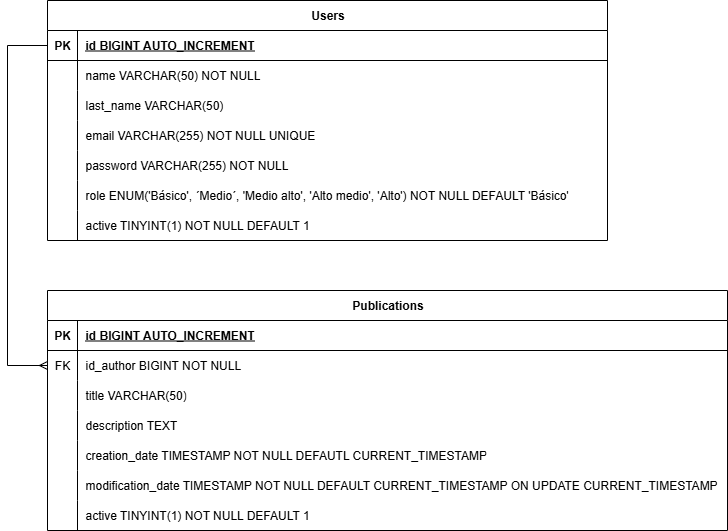
This is Kreativeco_db.png from JuanDavid1217/prueba_tecnica_kreativeco, a draw.io export, as it was before one commit. Source tidied: cells renumbered, new cells last; positions are measured from the earlier drawing's top-left corner, leaving out a move shared by most shapes. The source it was exported from:
```xml
<mxGraphModel>
  <root>
    <mxCell id="0" />
    <mxCell id="1" parent="0" />
    <mxCell id="2" value="Users" style="shape=table;startSize=30;rowLines=0;fontStyle=1;align=center;html=1;" parent="1" vertex="1">
      <mxGeometry x="40" width="560" height="240" as="geometry" />
    </mxCell>
    <mxCell id="3" style="shape=tableRow;horizontal=0;startSize=0;swimlaneHead=0;swimlaneBody=0;fillColor=none;points=[[0,0.5],[1,0.5]];portConstraint=eastwest;top=0;left=0;right=0;bottom=1;" parent="2" vertex="1">
      <mxGeometry y="30" width="560" height="30" as="geometry" />
    </mxCell>
    <mxCell id="4" value="PK" style="shape=partialRectangle;fillColor=none;top=0;left=0;bottom=0;right=0;fontStyle=1;overflow=hidden;whiteSpace=wrap;html=1;" parent="3" vertex="1">
      <mxGeometry width="30" height="30" as="geometry" />
    </mxCell>
    <mxCell id="5" value="id BIGINT AUTO_INCREMENT" style="shape=partialRectangle;fillColor=none;top=0;left=0;bottom=0;right=0;align=left;spacingLeft=6;fontStyle=5;overflow=hidden;whiteSpace=wrap;html=1;" parent="3" vertex="1">
      <mxGeometry x="30" width="530" height="30" as="geometry" />
    </mxCell>
    <mxCell id="6" style="shape=tableRow;horizontal=0;startSize=0;swimlaneHead=0;swimlaneBody=0;fillColor=none;top=0;left=0;right=0;bottom=0;" parent="2" vertex="1">
      <mxGeometry y="60" width="560" height="30" as="geometry" />
    </mxCell>
    <mxCell id="7" style="shape=partialRectangle;fillColor=none;top=0;left=0;bottom=0;right=0;overflow=hidden;whiteSpace=wrap;html=1;" parent="6" vertex="1">
      <mxGeometry width="30" height="30" as="geometry" />
    </mxCell>
    <mxCell id="8" value="name VARCHAR(50) NOT NULL" style="shape=partialRectangle;fillColor=none;top=0;left=0;bottom=0;right=0;align=left;spacingLeft=6;overflow=hidden;whiteSpace=wrap;html=1;" parent="6" vertex="1">
      <mxGeometry x="30" width="530" height="30" as="geometry" />
    </mxCell>
    <mxCell id="9" style="shape=tableRow;horizontal=0;startSize=0;swimlaneHead=0;swimlaneBody=0;fillColor=none;top=0;left=0;right=0;bottom=0;" parent="2" vertex="1">
      <mxGeometry y="90" width="560" height="30" as="geometry" />
    </mxCell>
    <mxCell id="10" style="shape=partialRectangle;fillColor=none;top=0;left=0;bottom=0;right=0;overflow=hidden;whiteSpace=wrap;html=1;" parent="9" vertex="1">
      <mxGeometry width="30" height="30" as="geometry" />
    </mxCell>
    <mxCell id="11" value="last_name VARCHAR(50)" style="shape=partialRectangle;fillColor=none;top=0;left=0;bottom=0;right=0;align=left;spacingLeft=6;overflow=hidden;whiteSpace=wrap;html=1;" parent="9" vertex="1">
      <mxGeometry x="30" width="530" height="30" as="geometry" />
    </mxCell>
    <mxCell id="12" style="shape=tableRow;horizontal=0;startSize=0;swimlaneHead=0;swimlaneBody=0;fillColor=none;top=0;left=0;right=0;bottom=0;" parent="2" vertex="1">
      <mxGeometry y="120" width="560" height="30" as="geometry" />
    </mxCell>
    <mxCell id="13" style="shape=partialRectangle;fillColor=none;top=0;left=0;bottom=0;right=0;overflow=hidden;whiteSpace=wrap;html=1;" parent="12" vertex="1">
      <mxGeometry width="30" height="30" as="geometry" />
    </mxCell>
    <mxCell id="14" value="email VARCHAR(255) NOT NULL UNIQUE" style="shape=partialRectangle;fillColor=none;top=0;left=0;bottom=0;right=0;align=left;spacingLeft=6;overflow=hidden;whiteSpace=wrap;html=1;" parent="12" vertex="1">
      <mxGeometry x="30" width="530" height="30" as="geometry" />
    </mxCell>
    <mxCell id="15" style="shape=tableRow;horizontal=0;startSize=0;swimlaneHead=0;swimlaneBody=0;fillColor=none;top=0;left=0;right=0;bottom=0;" parent="2" vertex="1">
      <mxGeometry y="150" width="560" height="30" as="geometry" />
    </mxCell>
    <mxCell id="16" style="shape=partialRectangle;fillColor=none;top=0;left=0;bottom=0;right=0;overflow=hidden;whiteSpace=wrap;html=1;" parent="15" vertex="1">
      <mxGeometry width="30" height="30" as="geometry" />
    </mxCell>
    <mxCell id="17" value="password VARCHAR(255) NOT NULL" style="shape=partialRectangle;fillColor=none;top=0;left=0;bottom=0;right=0;align=left;spacingLeft=6;overflow=hidden;whiteSpace=wrap;html=1;" parent="15" vertex="1">
      <mxGeometry x="30" width="530" height="30" as="geometry" />
    </mxCell>
    <mxCell id="18" style="shape=tableRow;horizontal=0;startSize=0;swimlaneHead=0;swimlaneBody=0;fillColor=none;top=0;left=0;right=0;bottom=0;" parent="2" vertex="1">
      <mxGeometry y="180" width="560" height="30" as="geometry" />
    </mxCell>
    <mxCell id="19" style="shape=partialRectangle;fillColor=none;top=0;left=0;bottom=0;right=0;overflow=hidden;whiteSpace=wrap;html=1;" parent="18" vertex="1">
      <mxGeometry width="30" height="30" as="geometry" />
    </mxCell>
    <mxCell id="20" value="role ENUM('Básico', ´Medio´, 'Medio alto', 'Alto medio', 'Alto') NOT NULL DEFAULT 'Básico'" style="shape=partialRectangle;fillColor=none;top=0;left=0;bottom=0;right=0;align=left;spacingLeft=6;overflow=hidden;whiteSpace=wrap;html=1;" parent="18" vertex="1">
      <mxGeometry x="30" width="530" height="30" as="geometry" />
    </mxCell>
    <mxCell id="21" style="shape=tableRow;horizontal=0;startSize=0;swimlaneHead=0;swimlaneBody=0;fillColor=none;top=0;left=0;right=0;bottom=0;" parent="2" vertex="1">
      <mxGeometry y="210" width="560" height="30" as="geometry" />
    </mxCell>
    <mxCell id="22" style="shape=partialRectangle;fillColor=none;top=0;left=0;bottom=0;right=0;overflow=hidden;whiteSpace=wrap;html=1;" parent="21" vertex="1">
      <mxGeometry width="30" height="30" as="geometry" />
    </mxCell>
    <mxCell id="23" value="active TINYINT(1) NOT NULL DEFAULT 1" style="shape=partialRectangle;fillColor=none;top=0;left=0;bottom=0;right=0;align=left;spacingLeft=6;overflow=hidden;whiteSpace=wrap;html=1;" parent="21" vertex="1">
      <mxGeometry x="30" width="530" height="30" as="geometry" />
    </mxCell>
    <mxCell id="24" value="Publications" style="shape=table;startSize=30;rowLines=0;fontStyle=1;align=center;html=1;" parent="1" vertex="1">
      <mxGeometry x="40" y="290" width="680" height="240" as="geometry" />
    </mxCell>
    <mxCell id="25" style="shape=tableRow;horizontal=0;startSize=0;swimlaneHead=0;swimlaneBody=0;fillColor=none;top=0;left=0;right=0;bottom=1;" parent="24" vertex="1">
      <mxGeometry y="30" width="680" height="30" as="geometry" />
    </mxCell>
    <mxCell id="26" value="PK" style="shape=partialRectangle;fillColor=none;top=0;left=0;bottom=0;right=0;fontStyle=1;overflow=hidden;whiteSpace=wrap;html=1;" parent="25" vertex="1">
      <mxGeometry width="30" height="30" as="geometry" />
    </mxCell>
    <mxCell id="27" value="id BIGINT AUTO_INCREMENT" style="shape=partialRectangle;fillColor=none;top=0;left=0;bottom=0;right=0;align=left;spacingLeft=6;fontStyle=5;overflow=hidden;whiteSpace=wrap;html=1;" parent="25" vertex="1">
      <mxGeometry x="30" width="650" height="30" as="geometry" />
    </mxCell>
    <mxCell id="28" style="shape=tableRow;horizontal=0;startSize=0;swimlaneHead=0;swimlaneBody=0;fillColor=none;points=[[0,0.5],[1,0.5]];portConstraint=eastwest;top=0;left=0;right=0;bottom=0;" parent="24" vertex="1">
      <mxGeometry y="60" width="680" height="30" as="geometry" />
    </mxCell>
    <mxCell id="29" value="FK" style="shape=partialRectangle;fillColor=none;top=0;left=0;bottom=0;right=0;overflow=hidden;whiteSpace=wrap;html=1;" parent="28" vertex="1">
      <mxGeometry width="30" height="30" as="geometry" />
    </mxCell>
    <mxCell id="30" value="id_author BIGINT NOT NULL" style="shape=partialRectangle;fillColor=none;top=0;left=0;bottom=0;right=0;align=left;spacingLeft=6;overflow=hidden;whiteSpace=wrap;html=1;" parent="28" vertex="1">
      <mxGeometry x="30" width="650" height="30" as="geometry" />
    </mxCell>
    <mxCell id="31" style="shape=tableRow;horizontal=0;startSize=0;swimlaneHead=0;swimlaneBody=0;fillColor=none;top=0;left=0;right=0;bottom=0;" parent="24" vertex="1">
      <mxGeometry y="90" width="680" height="30" as="geometry" />
    </mxCell>
    <mxCell id="32" style="shape=partialRectangle;fillColor=none;top=0;left=0;bottom=0;right=0;overflow=hidden;whiteSpace=wrap;html=1;" parent="31" vertex="1">
      <mxGeometry width="30" height="30" as="geometry" />
    </mxCell>
    <mxCell id="33" value="title VARCHAR(50)" style="shape=partialRectangle;fillColor=none;top=0;left=0;bottom=0;right=0;align=left;spacingLeft=6;overflow=hidden;whiteSpace=wrap;html=1;" parent="31" vertex="1">
      <mxGeometry x="30" width="650" height="30" as="geometry" />
    </mxCell>
    <mxCell id="34" style="shape=tableRow;horizontal=0;startSize=0;swimlaneHead=0;swimlaneBody=0;fillColor=none;top=0;left=0;right=0;bottom=0;" parent="24" vertex="1">
      <mxGeometry y="120" width="680" height="30" as="geometry" />
    </mxCell>
    <mxCell id="35" style="shape=partialRectangle;fillColor=none;top=0;left=0;bottom=0;right=0;overflow=hidden;whiteSpace=wrap;html=1;" parent="34" vertex="1">
      <mxGeometry width="30" height="30" as="geometry" />
    </mxCell>
    <mxCell id="36" value="description TEXT" style="shape=partialRectangle;fillColor=none;top=0;left=0;bottom=0;right=0;align=left;spacingLeft=6;overflow=hidden;whiteSpace=wrap;html=1;" parent="34" vertex="1">
      <mxGeometry x="30" width="650" height="30" as="geometry" />
    </mxCell>
    <mxCell id="37" style="shape=tableRow;horizontal=0;startSize=0;swimlaneHead=0;swimlaneBody=0;fillColor=none;top=0;left=0;right=0;bottom=0;" parent="24" vertex="1">
      <mxGeometry y="150" width="680" height="30" as="geometry" />
    </mxCell>
    <mxCell id="38" style="shape=partialRectangle;fillColor=none;top=0;left=0;bottom=0;right=0;overflow=hidden;whiteSpace=wrap;html=1;" parent="37" vertex="1">
      <mxGeometry width="30" height="30" as="geometry" />
    </mxCell>
    <mxCell id="39" value="creation_date TIMESTAMP NOT NULL DEFAUTL CURRENT_TIMESTAMP" style="shape=partialRectangle;fillColor=none;top=0;left=0;bottom=0;right=0;align=left;spacingLeft=6;overflow=hidden;whiteSpace=wrap;html=1;" parent="37" vertex="1">
      <mxGeometry x="30" width="650" height="30" as="geometry" />
    </mxCell>
    <mxCell id="40" style="shape=tableRow;horizontal=0;startSize=0;swimlaneHead=0;swimlaneBody=0;fillColor=none;top=0;left=0;right=0;bottom=0;" parent="24" vertex="1">
      <mxGeometry y="180" width="680" height="30" as="geometry" />
    </mxCell>
    <mxCell id="41" style="shape=partialRectangle;fillColor=none;top=0;left=0;bottom=0;right=0;overflow=hidden;whiteSpace=wrap;html=1;" parent="40" vertex="1">
      <mxGeometry width="30" height="30" as="geometry" />
    </mxCell>
    <mxCell id="42" value="modification_date TIMESTAMP NOT NULL DEFAULT CURRENT_TIMESTAMP ON UPDATE CURRENT_TIMESTAMP" style="shape=partialRectangle;fillColor=none;top=0;left=0;bottom=0;right=0;align=left;spacingLeft=6;overflow=hidden;whiteSpace=wrap;html=1;" parent="40" vertex="1">
      <mxGeometry x="30" width="650" height="30" as="geometry" />
    </mxCell>
    <mxCell id="43" style="shape=tableRow;horizontal=0;startSize=0;swimlaneHead=0;swimlaneBody=0;fillColor=none;top=0;left=0;right=0;bottom=0;" parent="24" vertex="1">
      <mxGeometry y="210" width="680" height="30" as="geometry" />
    </mxCell>
    <mxCell id="44" style="shape=partialRectangle;fillColor=none;top=0;left=0;bottom=0;right=0;overflow=hidden;whiteSpace=wrap;html=1;" parent="43" vertex="1">
      <mxGeometry width="30" height="30" as="geometry" />
    </mxCell>
    <mxCell id="45" value="active&amp;nbsp;TINYINT(1) NOT NULL DEFAULT 1" style="shape=partialRectangle;fillColor=none;top=0;left=0;bottom=0;right=0;align=left;spacingLeft=6;overflow=hidden;whiteSpace=wrap;html=1;" parent="43" vertex="1">
      <mxGeometry x="30" width="650" height="30" as="geometry" />
    </mxCell>
    <mxCell id="46" style="edgeStyle=orthogonalEdgeStyle;fontSize=12;html=1;endArrow=ERmany;rounded=0;exitX=0;exitY=0.5;exitDx=0;exitDy=0;entryX=0;entryY=0.5;entryDx=0;entryDy=0;" parent="1" edge="1" source="3" target="28">
      <mxGeometry relative="1" as="geometry">
        <Array as="points">
          <mxPoint y="45" />
          <mxPoint y="365" />
        </Array>
      </mxGeometry>
    </mxCell>
  </root>
</mxGraphModel>
```
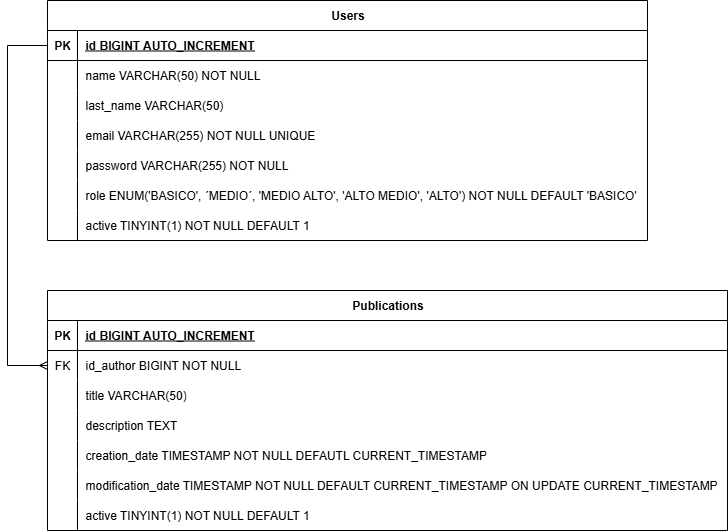
After the commit.

Commit message:
role inconsistency fixed

The edit, as a diff of the source:
```diff
@@ -3,70 +3,70 @@
     <mxCell id="0" />
     <mxCell id="1" parent="0" />
     <mxCell id="2" value="Users" style="shape=table;startSize=30;rowLines=0;fontStyle=1;align=center;html=1;" parent="1" vertex="1">
-      <mxGeometry x="40" width="560" height="240" as="geometry" />
+      <mxGeometry x="40" width="600" height="240" as="geometry" />
     </mxCell>
     <mxCell id="3" style="shape=tableRow;horizontal=0;startSize=0;swimlaneHead=0;swimlaneBody=0;fillColor=none;points=[[0,0.5],[1,0.5]];portConstraint=eastwest;top=0;left=0;right=0;bottom=1;" parent="2" vertex="1">
-      <mxGeometry y="30" width="560" height="30" as="geometry" />
+      <mxGeometry y="30" width="600" height="30" as="geometry" />
     </mxCell>
     <mxCell id="4" value="PK" style="shape=partialRectangle;fillColor=none;top=0;left=0;bottom=0;right=0;fontStyle=1;overflow=hidden;whiteSpace=wrap;html=1;" parent="3" vertex="1">
       <mxGeometry width="30" height="30" as="geometry" />
     </mxCell>
     <mxCell id="5" value="id BIGINT AUTO_INCREMENT" style="shape=partialRectangle;fillColor=none;top=0;left=0;bottom=0;right=0;align=left;spacingLeft=6;fontStyle=5;overflow=hidden;whiteSpace=wrap;html=1;" parent="3" vertex="1">
-      <mxGeometry x="30" width="530" height="30" as="geometry" />
+      <mxGeometry x="30" width="570" height="30" as="geometry" />
     </mxCell>
     <mxCell id="6" style="shape=tableRow;horizontal=0;startSize=0;swimlaneHead=0;swimlaneBody=0;fillColor=none;top=0;left=0;right=0;bottom=0;" parent="2" vertex="1">
-      <mxGeometry y="60" width="560" height="30" as="geometry" />
+      <mxGeometry y="60" width="600" height="30" as="geometry" />
     </mxCell>
     <mxCell id="7" style="shape=partialRectangle;fillColor=none;top=0;left=0;bottom=0;right=0;overflow=hidden;whiteSpace=wrap;html=1;" parent="6" vertex="1">
       <mxGeometry width="30" height="30" as="geometry" />
     </mxCell>
     <mxCell id="8" value="name VARCHAR(50) NOT NULL" style="shape=partialRectangle;fillColor=none;top=0;left=0;bottom=0;right=0;align=left;spacingLeft=6;overflow=hidden;whiteSpace=wrap;html=1;" parent="6" vertex="1">
-      <mxGeometry x="30" width="530" height="30" as="geometry" />
+      <mxGeometry x="30" width="570" height="30" as="geometry" />
     </mxCell>
     <mxCell id="9" style="shape=tableRow;horizontal=0;startSize=0;swimlaneHead=0;swimlaneBody=0;fillColor=none;top=0;left=0;right=0;bottom=0;" parent="2" vertex="1">
-      <mxGeometry y="90" width="560" height="30" as="geometry" />
+      <mxGeometry y="90" width="600" height="30" as="geometry" />
     </mxCell>
     <mxCell id="10" style="shape=partialRectangle;fillColor=none;top=0;left=0;bottom=0;right=0;overflow=hidden;whiteSpace=wrap;html=1;" parent="9" vertex="1">
       <mxGeometry width="30" height="30" as="geometry" />
     </mxCell>
     <mxCell id="11" value="last_name VARCHAR(50)" style="shape=partialRectangle;fillColor=none;top=0;left=0;bottom=0;right=0;align=left;spacingLeft=6;overflow=hidden;whiteSpace=wrap;html=1;" parent="9" vertex="1">
-      <mxGeometry x="30" width="530" height="30" as="geometry" />
+      <mxGeometry x="30" width="570" height="30" as="geometry" />
     </mxCell>
     <mxCell id="12" style="shape=tableRow;horizontal=0;startSize=0;swimlaneHead=0;swimlaneBody=0;fillColor=none;top=0;left=0;right=0;bottom=0;" parent="2" vertex="1">
-      <mxGeometry y="120" width="560" height="30" as="geometry" />
+      <mxGeometry y="120" width="600" height="30" as="geometry" />
     </mxCell>
     <mxCell id="13" style="shape=partialRectangle;fillColor=none;top=0;left=0;bottom=0;right=0;overflow=hidden;whiteSpace=wrap;html=1;" parent="12" vertex="1">
       <mxGeometry width="30" height="30" as="geometry" />
     </mxCell>
     <mxCell id="14" value="email VARCHAR(255) NOT NULL UNIQUE" style="shape=partialRectangle;fillColor=none;top=0;left=0;bottom=0;right=0;align=left;spacingLeft=6;overflow=hidden;whiteSpace=wrap;html=1;" parent="12" vertex="1">
-      <mxGeometry x="30" width="530" height="30" as="geometry" />
+      <mxGeometry x="30" width="570" height="30" as="geometry" />
     </mxCell>
     <mxCell id="15" style="shape=tableRow;horizontal=0;startSize=0;swimlaneHead=0;swimlaneBody=0;fillColor=none;top=0;left=0;right=0;bottom=0;" parent="2" vertex="1">
-      <mxGeometry y="150" width="560" height="30" as="geometry" />
+      <mxGeometry y="150" width="600" height="30" as="geometry" />
     </mxCell>
     <mxCell id="16" style="shape=partialRectangle;fillColor=none;top=0;left=0;bottom=0;right=0;overflow=hidden;whiteSpace=wrap;html=1;" parent="15" vertex="1">
       <mxGeometry width="30" height="30" as="geometry" />
     </mxCell>
     <mxCell id="17" value="password VARCHAR(255) NOT NULL" style="shape=partialRectangle;fillColor=none;top=0;left=0;bottom=0;right=0;align=left;spacingLeft=6;overflow=hidden;whiteSpace=wrap;html=1;" parent="15" vertex="1">
-      <mxGeometry x="30" width="530" height="30" as="geometry" />
+      <mxGeometry x="30" width="570" height="30" as="geometry" />
     </mxCell>
     <mxCell id="18" style="shape=tableRow;horizontal=0;startSize=0;swimlaneHead=0;swimlaneBody=0;fillColor=none;top=0;left=0;right=0;bottom=0;" parent="2" vertex="1">
-      <mxGeometry y="180" width="560" height="30" as="geometry" />
+      <mxGeometry y="180" width="600" height="30" as="geometry" />
     </mxCell>
     <mxCell id="19" style="shape=partialRectangle;fillColor=none;top=0;left=0;bottom=0;right=0;overflow=hidden;whiteSpace=wrap;html=1;" parent="18" vertex="1">
       <mxGeometry width="30" height="30" as="geometry" />
     </mxCell>
-    <mxCell id="20" value="role ENUM('Básico', ´Medio´, 'Medio alto', 'Alto medio', 'Alto') NOT NULL DEFAULT 'Básico'" style="shape=partialRectangle;fillColor=none;top=0;left=0;bottom=0;right=0;align=left;spacingLeft=6;overflow=hidden;whiteSpace=wrap;html=1;" parent="18" vertex="1">
-      <mxGeometry x="30" width="530" height="30" as="geometry" />
+    <mxCell id="20" value="role ENUM('BASICO', ´MEDIO´, 'MEDIO ALTO', 'ALTO MEDIO', 'ALTO') NOT NULL DEFAULT 'BASICO'" style="shape=partialRectangle;fillColor=none;top=0;left=0;bottom=0;right=0;align=left;spacingLeft=6;overflow=hidden;whiteSpace=wrap;html=1;" parent="18" vertex="1">
+      <mxGeometry x="30" width="570" height="30" as="geometry" />
     </mxCell>
     <mxCell id="21" style="shape=tableRow;horizontal=0;startSize=0;swimlaneHead=0;swimlaneBody=0;fillColor=none;top=0;left=0;right=0;bottom=0;" parent="2" vertex="1">
-      <mxGeometry y="210" width="560" height="30" as="geometry" />
+      <mxGeometry y="210" width="600" height="30" as="geometry" />
     </mxCell>
     <mxCell id="22" style="shape=partialRectangle;fillColor=none;top=0;left=0;bottom=0;right=0;overflow=hidden;whiteSpace=wrap;html=1;" parent="21" vertex="1">
       <mxGeometry width="30" height="30" as="geometry" />
     </mxCell>
     <mxCell id="23" value="active TINYINT(1) NOT NULL DEFAULT 1" style="shape=partialRectangle;fillColor=none;top=0;left=0;bottom=0;right=0;align=left;spacingLeft=6;overflow=hidden;whiteSpace=wrap;html=1;" parent="21" vertex="1">
-      <mxGeometry x="30" width="530" height="30" as="geometry" />
+      <mxGeometry x="30" width="570" height="30" as="geometry" />
     </mxCell>
     <mxCell id="24" value="Publications" style="shape=table;startSize=30;rowLines=0;fontStyle=1;align=center;html=1;" parent="1" vertex="1">
       <mxGeometry x="40" y="290" width="680" height="240" as="geometry" />
```
